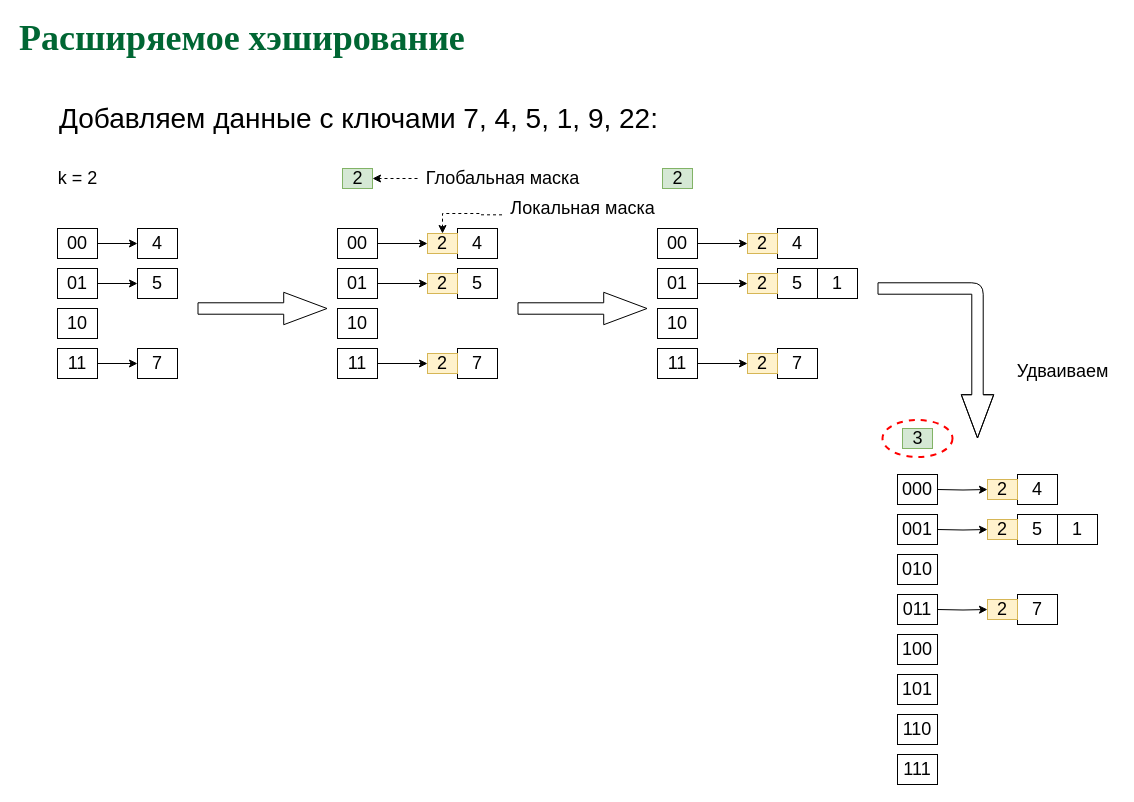
amcp-pit/db_course keeps this draw.io diagram as page "p17" (17 of 26) of slides/dynhash.drawio. Above is the earlier version. Source tidied: cells renumbered, new cells numbered last; positions are measured from the earlier drawing's top-left corner, leaving out a move shared by most shapes. Both pictures are drawn from the tidied source at 100%, with x=0, y=0 at pixel (17, 28).
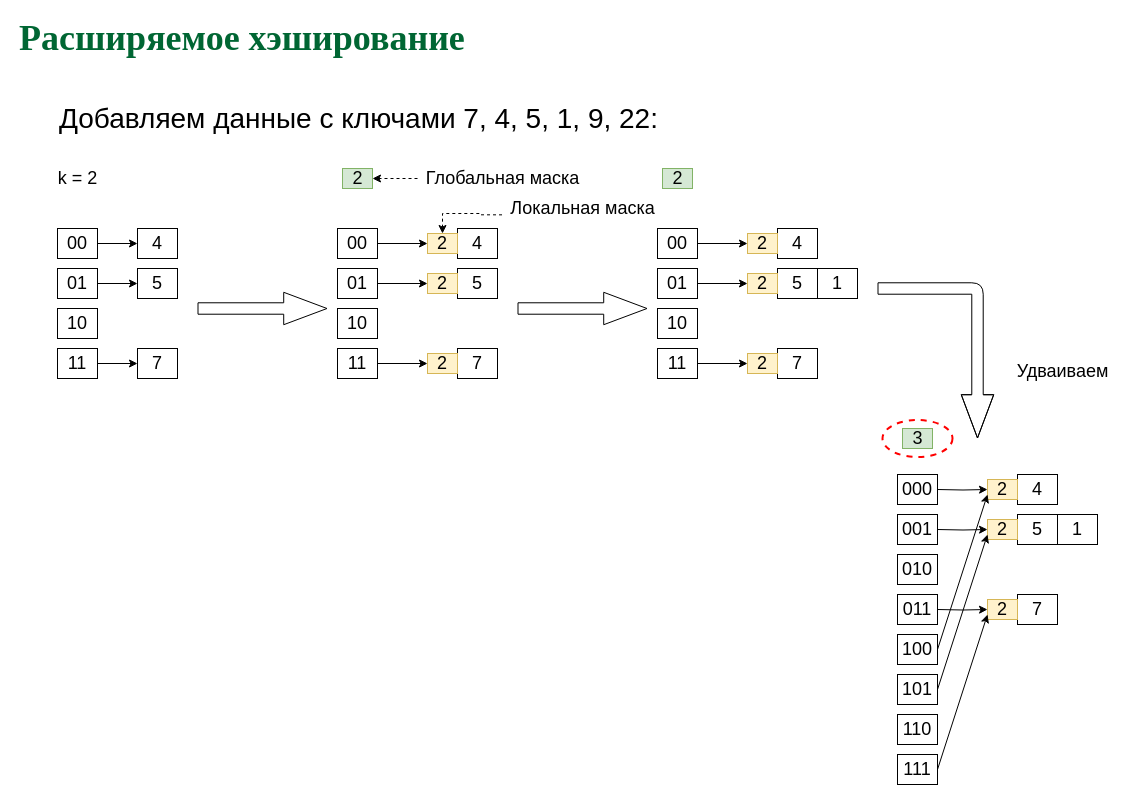
The same page after the edit.

Unchanged cells that the change refers to:
```xml
<mxCell id="59" value="&lt;font style=&quot;font-size: 18px&quot;&gt;2&lt;/font&gt;" style="rounded=0;whiteSpace=wrap;html=1;fillColor=#fff2cc;strokeColor=#d6b656;" parent="1" vertex="1">
  <mxGeometry x="970" y="571" width="30" height="20" as="geometry" />
</mxCell>
<mxCell id="60" value="&lt;font style=&quot;font-size: 18px&quot;&gt;2&lt;/font&gt;" style="rounded=0;whiteSpace=wrap;html=1;fillColor=#fff2cc;strokeColor=#d6b656;" parent="1" vertex="1">
  <mxGeometry x="970" y="451" width="30" height="20" as="geometry" />
</mxCell>
<mxCell id="61" value="&lt;font style=&quot;font-size: 18px&quot;&gt;2&lt;/font&gt;" style="rounded=0;whiteSpace=wrap;html=1;fillColor=#fff2cc;strokeColor=#d6b656;" parent="1" vertex="1">
  <mxGeometry x="970" y="491" width="30" height="20" as="geometry" />
</mxCell>
<mxCell id="67" value="&lt;font style=&quot;font-size: 18px&quot;&gt;100&lt;/font&gt;" style="rounded=0;whiteSpace=wrap;html=1;" parent="1" vertex="1">
  <mxGeometry x="880" y="606" width="40" height="30" as="geometry" />
</mxCell>
<mxCell id="68" value="&lt;font style=&quot;font-size: 18px&quot;&gt;101&lt;/font&gt;" style="rounded=0;whiteSpace=wrap;html=1;" parent="1" vertex="1">
  <mxGeometry x="880" y="646" width="40" height="30" as="geometry" />
</mxCell>
<mxCell id="69" value="&lt;font style=&quot;font-size: 18px&quot;&gt;111&lt;/font&gt;" style="rounded=0;whiteSpace=wrap;html=1;" parent="1" vertex="1">
  <mxGeometry x="880" y="726" width="40" height="30" as="geometry" />
</mxCell>
```

Diff of the diagram source:
```diff
@@
+    <mxCell id="72" style="endArrow=classic;html=1;exitX=1;exitY=0.5;exitDx=0;exitDy=0;entryX=0;entryY=0.75;entryDx=0;entryDy=0;" parent="1" edge="1" source="67" target="60">
+      <mxGeometry relative="1" as="geometry" />
+    </mxCell>
+    <mxCell id="73" style="endArrow=classic;html=1;exitX=1;exitY=0.5;exitDx=0;exitDy=0;entryX=0;entryY=0.75;entryDx=0;entryDy=0;" parent="1" edge="1" source="68" target="61">
+      <mxGeometry relative="1" as="geometry" />
+    </mxCell>
+    <mxCell id="74" style="endArrow=classic;html=1;exitX=1;exitY=0.5;exitDx=0;exitDy=0;entryX=0;entryY=0.75;entryDx=0;entryDy=0;" parent="1" edge="1" source="69" target="59">
+      <mxGeometry relative="1" as="geometry" />
+    </mxCell>
```
